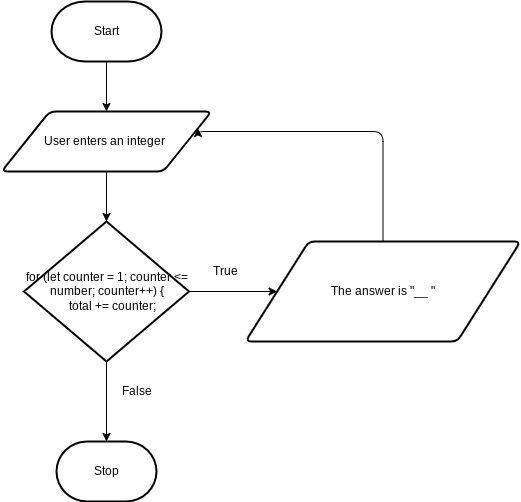
joannesanthosh/ICS20-Unit5-07-HTML keeps this draw.io diagram as design/flowchart.png. Above is the earlier version. Source tidied: cells renumbered, new cells last; positions are measured from the earlier drawing's top-left corner, leaving out a move shared by most shapes.
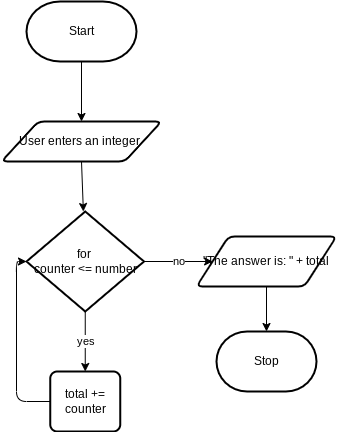
The same diagram one commit later.

What changed in the source:
```diff
@@ -12,36 +12,33 @@
       <mxGeometry relative="1" as="geometry" />
     </mxCell>
     <mxCell id="5" value="User enters an integer&amp;nbsp;" style="shape=parallelogram;html=1;strokeWidth=2;perimeter=parallelogramPerimeter;whiteSpace=wrap;rounded=1;arcSize=12;size=0.23;" parent="1" vertex="1">
-      <mxGeometry y="110" width="210" height="60" as="geometry" />
+      <mxGeometry x="25" y="120" width="160" height="40" as="geometry" />
     </mxCell>
-    <mxCell id="6" style="edgeStyle=orthogonalEdgeStyle;html=1;exitX=0.5;exitY=0;exitDx=0;exitDy=0;entryX=1;entryY=0.25;entryDx=0;entryDy=0;" parent="1" edge="1" source="7" target="5">
-      <mxGeometry relative="1" as="geometry">
-        <Array as="points">
-          <mxPoint x="382" y="130" />
-          <mxPoint x="196" y="130" />
-        </Array>
-      </mxGeometry>
-    </mxCell>
-    <mxCell id="7" value="The answer is &quot;__ &quot;" style="shape=parallelogram;html=1;strokeWidth=2;perimeter=parallelogramPerimeter;whiteSpace=wrap;rounded=1;arcSize=12;size=0.23;" parent="1" vertex="1">
-      <mxGeometry x="244" y="240" width="275" height="100" as="geometry" />
-    </mxCell>
     <mxCell id="8" value="Stop" style="strokeWidth=2;html=1;shape=mxgraph.flowchart.terminator;whiteSpace=wrap;" parent="1" vertex="1">
-      <mxGeometry x="55" y="440" width="100" height="60" as="geometry" />
+      <mxGeometry x="240" y="330" width="100" height="60" as="geometry" />
     </mxCell>
-    <mxCell id="9" style="edgeStyle=none;html=1;exitX=1;exitY=0.5;exitDx=0;exitDy=0;exitPerimeter=0;" parent="1" edge="1" source="11" target="7">
-      <mxGeometry relative="1" as="geometry" />
-    </mxCell>
-    <mxCell id="10" style="edgeStyle=none;html=1;exitX=0.5;exitY=1;exitDx=0;exitDy=0;exitPerimeter=0;entryX=0.5;entryY=0;entryDx=0;entryDy=0;entryPerimeter=0;" parent="1" edge="1" source="11" target="8">
-      <mxGeometry relative="1" as="geometry" />
-    </mxCell>
+    <mxCell id="14" value="yes" style="edgeStyle=none;html=1;exitX=0.5;exitY=1;exitDx=0;exitDy=0;exitPerimeter=0;" parent="1" edge="1" source="11">
+      <mxGeometry relative="1" as="geometry">
+        <mxPoint x="108.8" y="370" as="targetPoint" />
+      </mxGeometry>
+    </mxCell>
+    <mxCell id="15" value="no" style="edgeStyle=none;html=1;exitX=1;exitY=0.5;exitDx=0;exitDy=0;exitPerimeter=0;" parent="1" edge="1" source="11" target="19">
+      <mxGeometry relative="1" as="geometry" />
+    </mxCell>
-    <mxCell id="11" value="&lt;div&gt;for (let counter = 1; counter &amp;lt;= number; counter++) {&lt;/div&gt;&lt;div&gt;&amp;nbsp; &amp;nbsp; total += counter;&lt;/div&gt;" style="strokeWidth=2;html=1;shape=mxgraph.flowchart.decision;whiteSpace=wrap;" parent="1" vertex="1">
-      <mxGeometry x="22.5" y="220" width="165" height="140" as="geometry" />
+    <mxCell id="11" value="&lt;div&gt;for &lt;br&gt;counter &amp;lt;= number&lt;/div&gt;" style="strokeWidth=2;html=1;shape=mxgraph.flowchart.decision;whiteSpace=wrap;" parent="1" vertex="1">
+      <mxGeometry x="50" y="210" width="117.5" height="100" as="geometry" />
     </mxCell>
-    <mxCell id="12" value="True" style="text;html=1;align=center;verticalAlign=middle;fillColor=none;strokeColor=none;rounded=0;" parent="1" vertex="1">
-      <mxGeometry x="204" y="260" width="40" height="20" as="geometry" />
-    </mxCell>
-    <mxCell id="13" value="False" style="text;html=1;align=center;verticalAlign=middle;fillColor=none;strokeColor=none;rounded=0;" parent="1" vertex="1">
-      <mxGeometry x="110" y="380" width="50" height="20" as="geometry" />
-    </mxCell>
+    <mxCell id="16" style="edgeStyle=orthogonalEdgeStyle;html=1;exitX=0;exitY=0.5;exitDx=0;exitDy=0;entryX=0;entryY=0.5;entryDx=0;entryDy=0;entryPerimeter=0;" parent="1" edge="1" source="17" target="11">
+      <mxGeometry relative="1" as="geometry" />
+    </mxCell>
+    <mxCell id="17" value="&lt;span&gt;total += counter&lt;/span&gt;" style="rounded=1;whiteSpace=wrap;html=1;absoluteArcSize=1;arcSize=14;strokeWidth=2;" parent="1" vertex="1">
+      <mxGeometry x="73.8" y="370" width="70" height="60" as="geometry" />
+    </mxCell>
+    <mxCell id="18" style="edgeStyle=none;html=1;exitX=0.5;exitY=1;exitDx=0;exitDy=0;entryX=0.5;entryY=0;entryDx=0;entryDy=0;entryPerimeter=0;" parent="1" edge="1" source="19" target="8">
+      <mxGeometry relative="1" as="geometry" />
+    </mxCell>
+    <mxCell id="19" value="&quot;The answer is: &quot; + total&lt;br&gt;" style="shape=parallelogram;html=1;strokeWidth=2;perimeter=parallelogramPerimeter;whiteSpace=wrap;rounded=1;arcSize=12;size=0.23;" parent="1" vertex="1">
+      <mxGeometry x="220" y="235" width="140" height="50" as="geometry" />
+    </mxCell>
   </root>
 </mxGraphModel>
```
